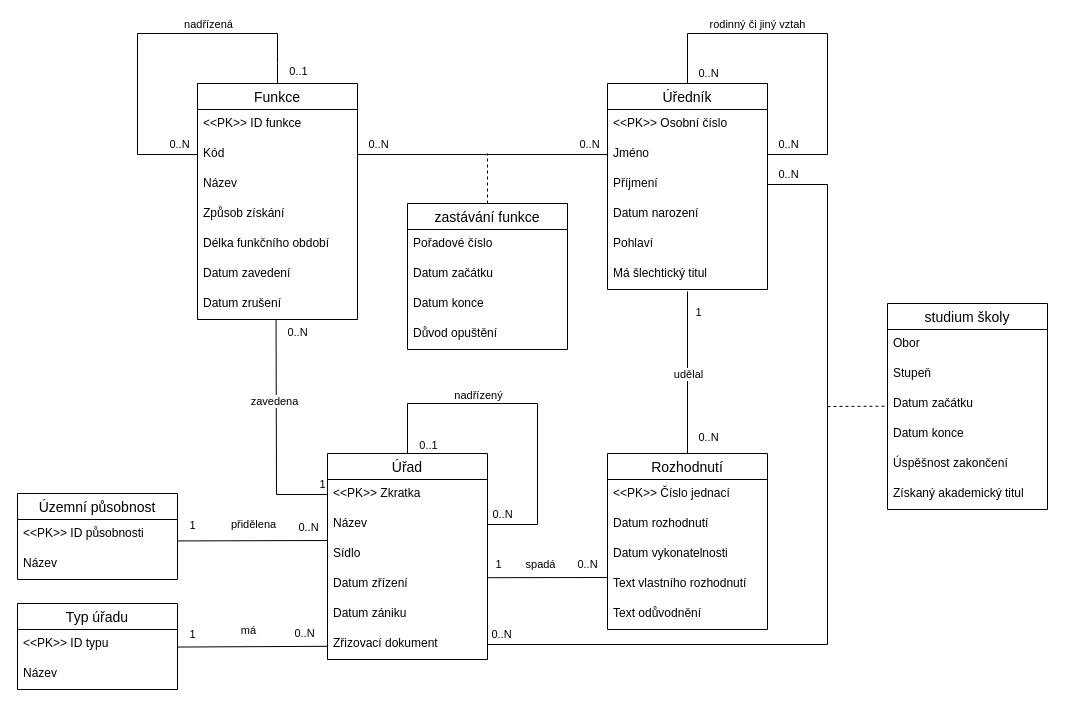
JosefKuchar/ius-hw keeps this draw.io diagram as ius-hw.drawio. Above is the earlier version. Source tidied: cells renumbered, new cells numbered last; positions are measured from the earlier drawing's top-left corner, leaving out a move shared by most shapes. Both pictures are drawn from the tidied source at 100%, with x=0, y=0 at pixel (17, 33).
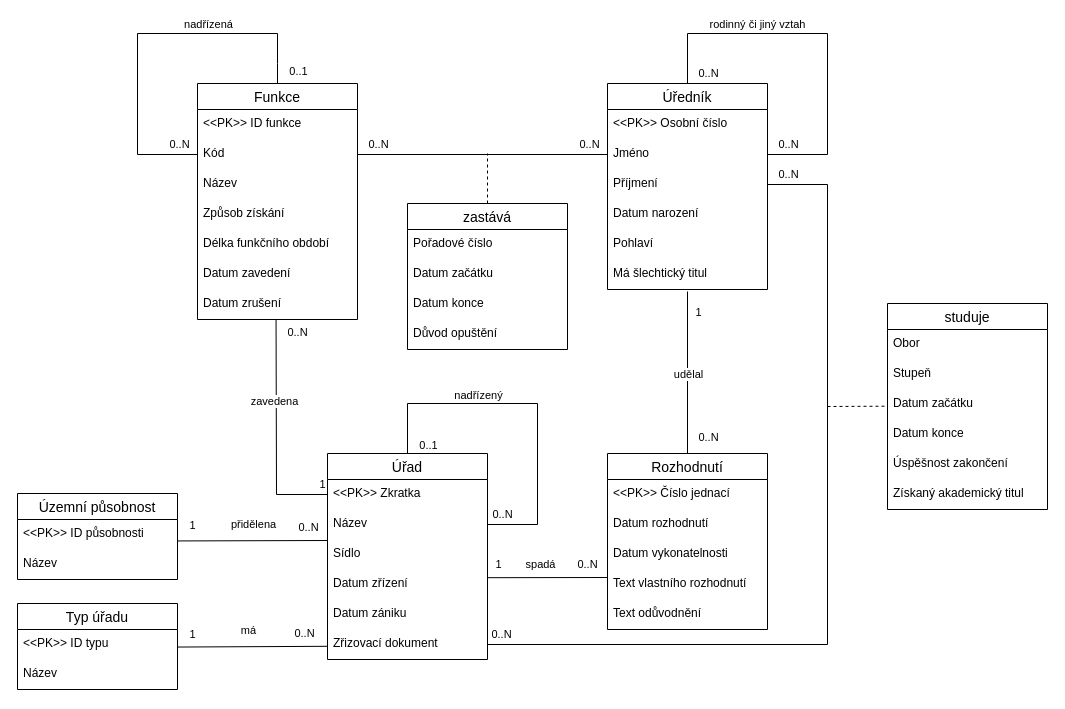
Above is the later version.

What changed in the source:
```diff
@@
-    <mxCell id="30" value="studium školy" style="swimlane;fontStyle=0;horizontal=1;startSize=26;align=center;fontSize=14;swimlaneLine=1;" parent="1" vertex="1">
+    <mxCell id="30" value="studuje" style="swimlane;fontStyle=0;horizontal=1;startSize=26;align=center;fontSize=14;swimlaneLine=1;" parent="1" vertex="1">
       <mxGeometry x="870" y="270" width="160" height="206" as="geometry" />
     </mxCell>
@@
-    <mxCell id="52" value="zastávání funkce" style="swimlane;fontStyle=0;horizontal=1;startSize=26;align=center;fontSize=14;" parent="1" vertex="1">
+    <mxCell id="52" value="zastává" style="swimlane;fontStyle=0;horizontal=1;startSize=26;align=center;fontSize=14;" parent="1" vertex="1">
       <mxGeometry x="390" y="170" width="160" height="146" as="geometry" />
     </mxCell>
```
